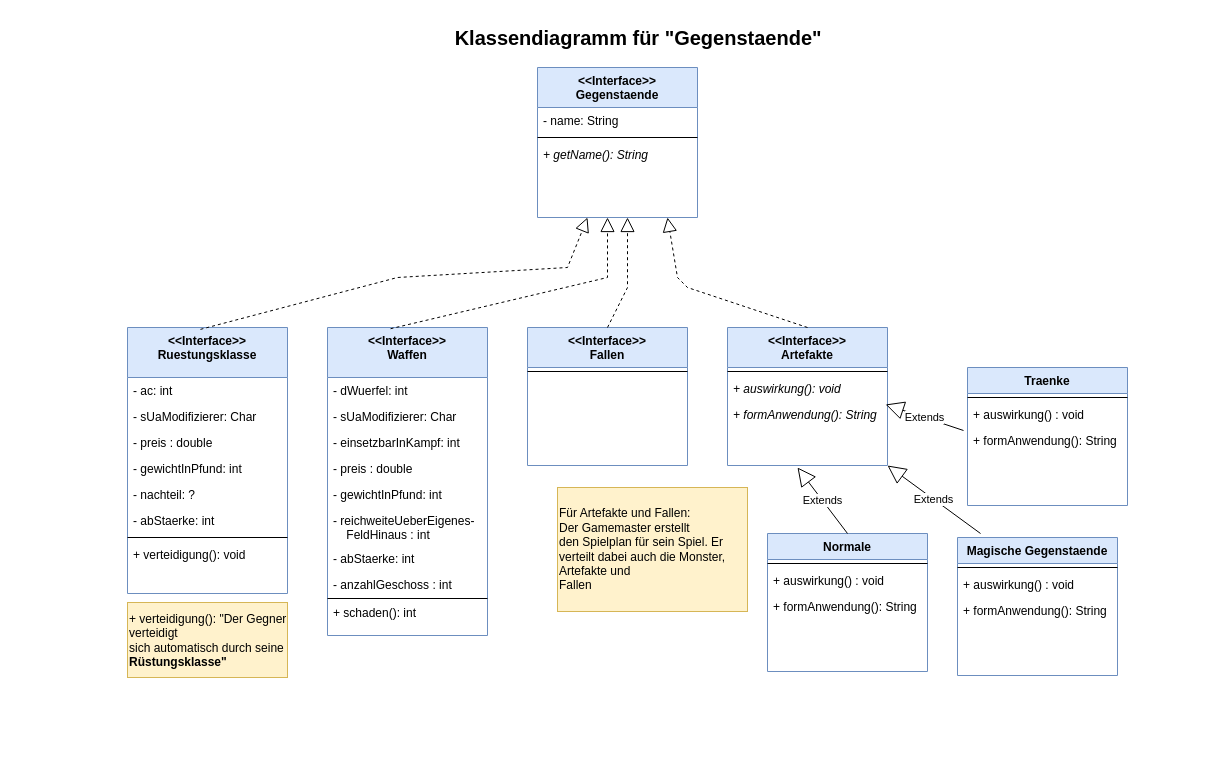
Earlier version of the draw.io diagram src/template/gegenstaende/gegenstaende.drawio (Nasanin-Parast/Rollenspiel). Source tidied: cells renumbered, new cells numbered last; positions are measured from the earlier drawing's top-left corner, leaving out a move shared by most shapes. Both pictures are drawn from the tidied source at 100%, with x=0, y=0 at pixel (127, 17).
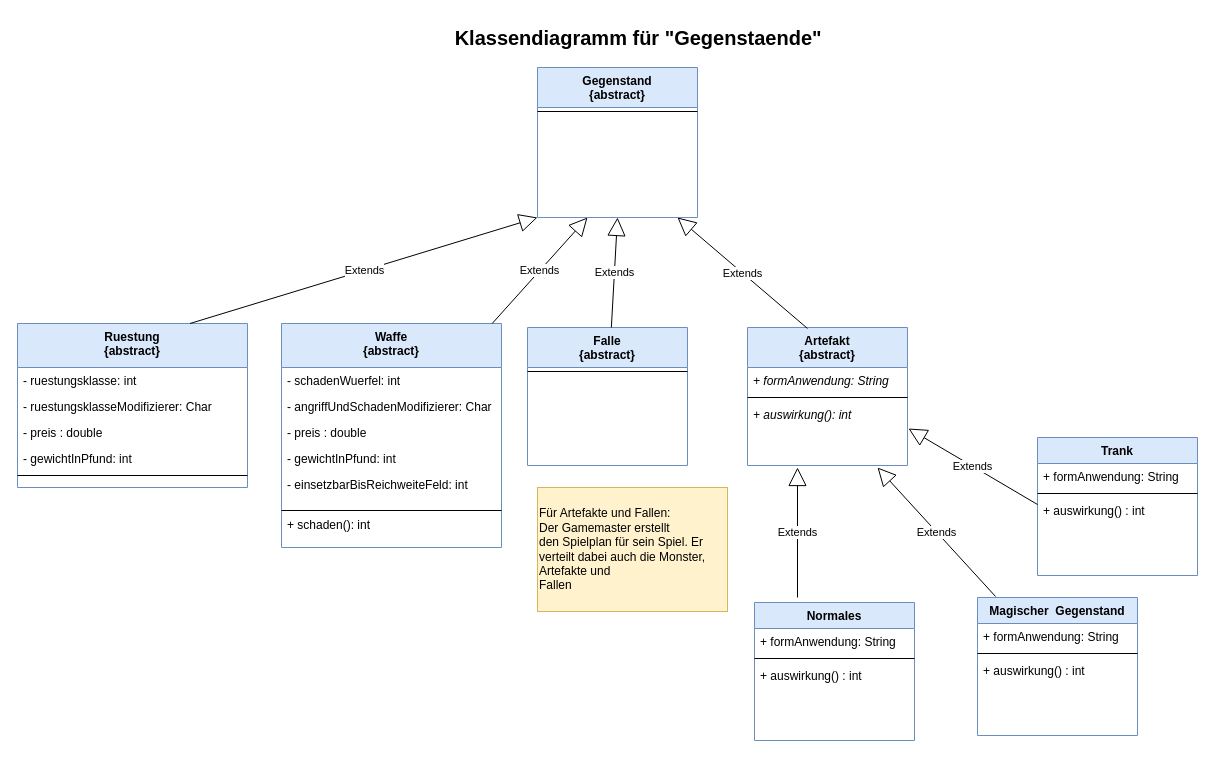
The same diagram, later.

Commit message:
Driagramm Gegenstände bearbeitet

Diff of the diagram source:
```diff
@@
-    <mxCell id="2" value="&lt;&lt;Interface&gt;&gt;&#10;Gegenstaende" style="swimlane;fontStyle=1;align=center;verticalAlign=top;horizontal=1;startSize=40;rounded=0;shadow=0;strokeWidth=1;fillColor=#dae8fc;strokeColor=#6c8ebf;" parent="1" vertex="1">
+    <mxCell id="2" value="Gegenstand&#10;{abstract}" style="swimlane;fontStyle=1;align=center;verticalAlign=top;horizontal=1;startSize=40;rounded=0;shadow=0;strokeWidth=1;fillColor=#dae8fc;strokeColor=#6c8ebf;" parent="1" vertex="1">
       <mxGeometry x="410" y="50" width="160" height="150" as="geometry" />
     </mxCell>
-    <mxCell id="3" value="- name: String" style="text;align=left;verticalAlign=top;spacingLeft=4;spacingRight=4;overflow=hidden;" parent="2" vertex="1">
-      <mxGeometry y="40" width="160" height="26" as="geometry" />
-    </mxCell>
     <mxCell id="4" style="line;html=1;strokeWidth=1;align=left;verticalAlign=middle;spacingTop=-1;spacingLeft=3;spacingRight=3;labelPosition=right;" parent="2" vertex="1">
-      <mxGeometry y="66" width="160" height="8" as="geometry" />
+      <mxGeometry y="40" width="160" height="8" as="geometry" />
     </mxCell>
-    <mxCell id="5" value="+ getName(): String" style="text;align=left;verticalAlign=top;spacingLeft=4;spacingRight=4;overflow=hidden;fontStyle=2;" parent="2" vertex="1">
-      <mxGeometry y="74" width="160" height="26" as="geometry" />
-    </mxCell>
-    <mxCell id="6" value="&lt;&lt;Interface&gt;&gt;&#10;Ruestungsklasse" style="swimlane;fontStyle=1;align=center;verticalAlign=top;horizontal=1;startSize=50;rounded=0;shadow=0;strokeWidth=1;fillColor=#dae8fc;strokeColor=#6c8ebf;" parent="1" vertex="1">
-      <mxGeometry y="310" width="160" height="266" as="geometry" />
+    <mxCell id="6" value="Ruestung&#10;{abstract}" style="swimlane;fontStyle=1;align=center;verticalAlign=top;horizontal=1;startSize=44;rounded=0;shadow=0;strokeWidth=1;fillColor=#dae8fc;strokeColor=#6c8ebf;" parent="1" vertex="1">
+      <mxGeometry x="-110" y="306" width="230" height="164" as="geometry" />
     </mxCell>
-    <mxCell id="7" value="- ac: int" style="text;align=left;verticalAlign=top;spacingLeft=4;spacingRight=4;overflow=hidden;" parent="6" vertex="1">
-      <mxGeometry y="50" width="160" height="26" as="geometry" />
+    <mxCell id="7" value="- ruestungsklasse: int" style="text;align=left;verticalAlign=top;spacingLeft=4;spacingRight=4;overflow=hidden;" parent="6" vertex="1">
+      <mxGeometry y="44" width="230" height="26" as="geometry" />
     </mxCell>
-    <mxCell id="8" value="- sUaModifizierer: Char" style="text;align=left;verticalAlign=top;spacingLeft=4;spacingRight=4;overflow=hidden;" parent="6" vertex="1">
-      <mxGeometry y="76" width="160" height="26" as="geometry" />
+    <mxCell id="8" value="- ruestungsklasseModifizierer: Char" style="text;align=left;verticalAlign=top;spacingLeft=4;spacingRight=4;overflow=hidden;" parent="6" vertex="1">
+      <mxGeometry y="70" width="230" height="26" as="geometry" />
     </mxCell>
     <mxCell id="9" value="- preis : double" style="text;align=left;verticalAlign=top;spacingLeft=4;spacingRight=4;overflow=hidden;" parent="6" vertex="1">
-      <mxGeometry y="102" width="160" height="26" as="geometry" />
+      <mxGeometry y="96" width="230" height="26" as="geometry" />
     </mxCell>
     <mxCell id="10" value="- gewichtInPfund: int" style="text;align=left;verticalAlign=top;spacingLeft=4;spacingRight=4;overflow=hidden;" parent="6" vertex="1">
-      <mxGeometry y="128" width="160" height="26" as="geometry" />
+      <mxGeometry y="122" width="230" height="26" as="geometry" />
     </mxCell>
-    <mxCell id="11" value="- nachteil: ?" style="text;align=left;verticalAlign=top;spacingLeft=4;spacingRight=4;overflow=hidden;" parent="6" vertex="1">
-      <mxGeometry y="154" width="160" height="26" as="geometry" />
-    </mxCell>
-    <mxCell id="12" value="- abStaerke: int" style="text;align=left;verticalAlign=top;spacingLeft=4;spacingRight=4;overflow=hidden;" parent="6" vertex="1">
-      <mxGeometry y="180" width="160" height="26" as="geometry" />
-    </mxCell>
     <mxCell id="13" style="line;html=1;strokeWidth=1;align=left;verticalAlign=middle;spacingTop=-1;spacingLeft=3;spacingRight=3;labelPosition=right;" parent="6" vertex="1">
-      <mxGeometry y="206" width="160" height="8" as="geometry" />
+      <mxGeometry y="148" width="230" height="8" as="geometry" />
     </mxCell>
-    <mxCell id="14" value="+ verteidigung(): void" style="text;align=left;verticalAlign=top;spacingLeft=4;spacingRight=4;overflow=hidden;fontStyle=0;" parent="6" vertex="1">
-      <mxGeometry y="214" width="160" height="26" as="geometry" />
-    </mxCell>
-    <mxCell id="15" value="&lt;&lt;Interface&gt;&gt;&#10;Waffen" style="swimlane;fontStyle=1;align=center;verticalAlign=top;horizontal=1;startSize=50;rounded=0;shadow=0;strokeWidth=1;fillColor=#dae8fc;strokeColor=#6c8ebf;" parent="1" vertex="1">
-      <mxGeometry x="200" y="310" width="160" height="308" as="geometry" />
+    <mxCell id="15" value="Waffe&#10;{abstract}" style="swimlane;fontStyle=1;align=center;verticalAlign=top;horizontal=1;startSize=44;rounded=0;shadow=0;strokeWidth=1;fillColor=#dae8fc;strokeColor=#6c8ebf;" parent="1" vertex="1">
+      <mxGeometry x="154" y="306" width="220" height="224" as="geometry" />
     </mxCell>
-    <mxCell id="16" value="- dWuerfel: int" style="text;align=left;verticalAlign=top;spacingLeft=4;spacingRight=4;overflow=hidden;" parent="15" vertex="1">
-      <mxGeometry y="50" width="160" height="26" as="geometry" />
+    <mxCell id="16" value="- schadenWuerfel: int" style="text;align=left;verticalAlign=top;spacingLeft=4;spacingRight=4;overflow=hidden;" parent="15" vertex="1">
+      <mxGeometry y="44" width="220" height="26" as="geometry" />
     </mxCell>
-    <mxCell id="17" value="- sUaModifizierer: Char" style="text;align=left;verticalAlign=top;spacingLeft=4;spacingRight=4;overflow=hidden;" parent="15" vertex="1">
-      <mxGeometry y="76" width="160" height="26" as="geometry" />
+    <mxCell id="17" value="- angriffUndSchadenModifizierer: Char" style="text;align=left;verticalAlign=top;spacingLeft=4;spacingRight=4;overflow=hidden;" parent="15" vertex="1">
+      <mxGeometry y="70" width="220" height="26" as="geometry" />
     </mxCell>
-    <mxCell id="18" value="- einsetzbarInKampf: int" style="text;align=left;verticalAlign=top;spacingLeft=4;spacingRight=4;overflow=hidden;" parent="15" vertex="1">
-      <mxGeometry y="102" width="160" height="26" as="geometry" />
-    </mxCell>
     <mxCell id="19" value="- preis : double" style="text;align=left;verticalAlign=top;spacingLeft=4;spacingRight=4;overflow=hidden;" parent="15" vertex="1">
-      <mxGeometry y="128" width="160" height="26" as="geometry" />
+      <mxGeometry y="96" width="220" height="26" as="geometry" />
     </mxCell>
     <mxCell id="20" value="- gewichtInPfund: int" style="text;align=left;verticalAlign=top;spacingLeft=4;spacingRight=4;overflow=hidden;" parent="15" vertex="1">
-      <mxGeometry y="154" width="160" height="26" as="geometry" />
+      <mxGeometry y="122" width="220" height="26" as="geometry" />
     </mxCell>
-    <mxCell id="21" value="- reichweiteUeberEigenes-&#10;    FeldHinaus : int" style="text;align=left;verticalAlign=top;spacingLeft=4;spacingRight=4;overflow=hidden;" parent="15" vertex="1">
-      <mxGeometry y="180" width="160" height="38" as="geometry" />
+    <mxCell id="21" value="- einsetzbarBisReichweiteFeld: int" style="text;align=left;verticalAlign=top;spacingLeft=4;spacingRight=4;overflow=hidden;" parent="15" vertex="1">
+      <mxGeometry y="148" width="220" height="38" as="geometry" />
     </mxCell>
-    <mxCell id="22" value="- abStaerke: int" style="text;align=left;verticalAlign=top;spacingLeft=4;spacingRight=4;overflow=hidden;" parent="15" vertex="1">
-      <mxGeometry y="218" width="160" height="26" as="geometry" />
-    </mxCell>
-    <mxCell id="23" value="- anzahlGeschoss : int" style="text;align=left;verticalAlign=top;spacingLeft=4;spacingRight=4;overflow=hidden;" parent="15" vertex="1">
-      <mxGeometry y="244" width="160" height="26" as="geometry" />
-    </mxCell>
     <mxCell id="24" style="line;html=1;strokeWidth=1;align=left;verticalAlign=middle;spacingTop=-1;spacingLeft=3;spacingRight=3;labelPosition=right;" parent="15" vertex="1">
-      <mxGeometry y="270" width="160" height="2" as="geometry" />
+      <mxGeometry y="186" width="220" height="2" as="geometry" />
     </mxCell>
     <mxCell id="25" value="+ schaden(): int" style="text;align=left;verticalAlign=top;spacingLeft=4;spacingRight=4;overflow=hidden;fontStyle=0;" parent="15" vertex="1">
-      <mxGeometry y="272" width="160" height="26" as="geometry" />
+      <mxGeometry y="188" width="220" height="26" as="geometry" />
     </mxCell>
-    <mxCell id="26" value="Magische Gegenstaende" style="swimlane;fontStyle=1;align=center;verticalAlign=top;horizontal=1;startSize=26;rounded=0;shadow=0;strokeWidth=1;fillColor=#dae8fc;strokeColor=#6c8ebf;" parent="1" vertex="1">
-      <mxGeometry x="830" y="520" width="160" height="138" as="geometry" />
+    <mxCell id="26" value="Magischer  Gegenstand" style="swimlane;fontStyle=1;align=center;verticalAlign=top;horizontal=1;startSize=26;rounded=0;shadow=0;strokeWidth=1;fillColor=#dae8fc;strokeColor=#6c8ebf;" parent="1" vertex="1">
+      <mxGeometry x="850" y="580" width="160" height="138" as="geometry" />
     </mxCell>
+    <mxCell id="29" value="+ formAnwendung: String" style="text;align=left;verticalAlign=top;spacingLeft=4;spacingRight=4;overflow=hidden;fontStyle=0;" parent="26" vertex="1">
+      <mxGeometry y="26" width="160" height="26" as="geometry" />
+    </mxCell>
     <mxCell id="27" style="line;html=1;strokeWidth=1;align=left;verticalAlign=middle;spacingTop=-1;spacingLeft=3;spacingRight=3;labelPosition=right;" parent="26" vertex="1">
-      <mxGeometry y="26" width="160" height="8" as="geometry" />
+      <mxGeometry y="52" width="160" height="8" as="geometry" />
     </mxCell>
-    <mxCell id="28" value="+ auswirkung() : void" style="text;align=left;verticalAlign=top;spacingLeft=4;spacingRight=4;overflow=hidden;" parent="26" vertex="1">
-      <mxGeometry y="34" width="160" height="26" as="geometry" />
+    <mxCell id="28" value="+ auswirkung() : int" style="text;align=left;verticalAlign=top;spacingLeft=4;spacingRight=4;overflow=hidden;" parent="26" vertex="1">
+      <mxGeometry y="60" width="160" height="26" as="geometry" />
     </mxCell>
-    <mxCell id="29" value="+ formAnwendung(): String" style="text;align=left;verticalAlign=top;spacingLeft=4;spacingRight=4;overflow=hidden;fontStyle=0;" parent="26" vertex="1">
-      <mxGeometry y="60" width="160" height="26" as="geometry" />
-    </mxCell>
-    <mxCell id="30" value="&lt;&lt;Interface&gt;&gt;&#10;Fallen" style="swimlane;fontStyle=1;align=center;verticalAlign=top;horizontal=1;startSize=40;rounded=0;shadow=0;strokeWidth=1;fillColor=#dae8fc;strokeColor=#6c8ebf;" parent="1" vertex="1">
+    <mxCell id="30" value="Falle&#10;{abstract}" style="swimlane;fontStyle=1;align=center;verticalAlign=top;horizontal=1;startSize=40;rounded=0;shadow=0;strokeWidth=1;fillColor=#dae8fc;strokeColor=#6c8ebf;" parent="1" vertex="1">
       <mxGeometry x="400" y="310" width="160" height="138" as="geometry" />
     </mxCell>
@@
-    <mxCell id="32" value="Traenke" style="swimlane;fontStyle=1;align=center;verticalAlign=top;horizontal=1;startSize=26;rounded=0;shadow=0;strokeWidth=1;fillColor=#dae8fc;strokeColor=#6c8ebf;" parent="1" vertex="1">
-      <mxGeometry x="840" y="350" width="160" height="138" as="geometry" />
+    <mxCell id="32" value="Trank" style="swimlane;fontStyle=1;align=center;verticalAlign=top;horizontal=1;startSize=26;rounded=0;shadow=0;strokeWidth=1;fillColor=#dae8fc;strokeColor=#6c8ebf;" parent="1" vertex="1">
+      <mxGeometry x="910" y="420" width="160" height="138" as="geometry" />
     </mxCell>
+    <mxCell id="35" value="+ formAnwendung: String" style="text;align=left;verticalAlign=top;spacingLeft=4;spacingRight=4;overflow=hidden;fontStyle=0;" parent="32" vertex="1">
+      <mxGeometry y="26" width="160" height="26" as="geometry" />
+    </mxCell>
     <mxCell id="33" style="line;html=1;strokeWidth=1;align=left;verticalAlign=middle;spacingTop=-1;spacingLeft=3;spacingRight=3;labelPosition=right;" parent="32" vertex="1">
-      <mxGeometry y="26" width="160" height="8" as="geometry" />
+      <mxGeometry y="52" width="160" height="8" as="geometry" />
     </mxCell>
-    <mxCell id="34" value="+ auswirkung() : void" style="text;align=left;verticalAlign=top;spacingLeft=4;spacingRight=4;overflow=hidden;points=[[0,0.5],[1,0.5]];portConstraint=eastwest;" parent="32" vertex="1">
-      <mxGeometry y="34" width="160" height="26" as="geometry" />
+    <mxCell id="34" value="+ auswirkung() : int" style="text;align=left;verticalAlign=top;spacingLeft=4;spacingRight=4;overflow=hidden;points=[[0,0.5],[1,0.5]];portConstraint=eastwest;" parent="32" vertex="1">
+      <mxGeometry y="60" width="160" height="26" as="geometry" />
     </mxCell>
-    <mxCell id="35" value="+ formAnwendung(): String" style="text;align=left;verticalAlign=top;spacingLeft=4;spacingRight=4;overflow=hidden;fontStyle=0;" parent="32" vertex="1">
-      <mxGeometry y="60" width="160" height="26" as="geometry" />
-    </mxCell>
-    <mxCell id="36" value="&lt;&lt;Interface&gt;&gt;&#10;Artefakte" style="swimlane;fontStyle=1;align=center;verticalAlign=top;horizontal=1;startSize=40;rounded=0;shadow=0;strokeWidth=1;fillColor=#dae8fc;strokeColor=#6c8ebf;" parent="1" vertex="1">
-      <mxGeometry x="600" y="310" width="160" height="138" as="geometry" />
+    <mxCell id="36" value="Artefakt&#10;{abstract}" style="swimlane;fontStyle=1;align=center;verticalAlign=top;horizontal=1;startSize=40;rounded=0;shadow=0;strokeWidth=1;fillColor=#dae8fc;strokeColor=#6c8ebf;" parent="1" vertex="1">
+      <mxGeometry x="620" y="310" width="160" height="138" as="geometry" />
     </mxCell>
+    <mxCell id="39" value="+ formAnwendung: String" style="text;align=left;verticalAlign=top;spacingLeft=4;spacingRight=4;overflow=hidden;fontStyle=2;" parent="36" vertex="1">
+      <mxGeometry y="40" width="160" height="26" as="geometry" />
+    </mxCell>
     <mxCell id="37" style="line;html=1;strokeWidth=1;align=left;verticalAlign=middle;spacingTop=-1;spacingLeft=3;spacingRight=3;labelPosition=right;" parent="36" vertex="1">
-      <mxGeometry y="40" width="160" height="8" as="geometry" />
+      <mxGeometry y="66" width="160" height="8" as="geometry" />
     </mxCell>
-    <mxCell id="38" value="+ auswirkung(): void" style="text;align=left;verticalAlign=top;spacingLeft=4;spacingRight=4;overflow=hidden;points=[[0,0.5],[1,0.5]];portConstraint=eastwest;fontStyle=2;" parent="36" vertex="1">
-      <mxGeometry y="48" width="160" height="26" as="geometry" />
+    <mxCell id="38" value="+ auswirkung(): int" style="text;align=left;verticalAlign=top;spacingLeft=4;spacingRight=4;overflow=hidden;points=[[0,0.5],[1,0.5]];portConstraint=eastwest;fontStyle=2;" parent="36" vertex="1">
+      <mxGeometry y="74" width="160" height="26" as="geometry" />
     </mxCell>
-    <mxCell id="39" value="+ formAnwendung(): String" style="text;align=left;verticalAlign=top;spacingLeft=4;spacingRight=4;overflow=hidden;fontStyle=2;" parent="36" vertex="1">
-      <mxGeometry y="74" width="160" height="26" as="geometry" />
-    </mxCell>
-    <mxCell id="40" style="endArrow=block;dashed=1;endFill=0;endSize=12;html=1;rounded=0;exitX=0.456;exitY=0.007;exitDx=0;exitDy=0;exitPerimeter=0;" parent="1" edge="1" source="6">
-      <mxGeometry relative="1" as="geometry">
-        <mxPoint x="460" y="200" as="targetPoint" />
-        <Array as="points">
-          <mxPoint x="270" y="260" />
-          <mxPoint x="440" y="250" />
-        </Array>
-      </mxGeometry>
-    </mxCell>
-    <mxCell id="41" style="endArrow=block;dashed=1;endFill=0;endSize=12;html=1;rounded=0;exitX=0.394;exitY=0.004;exitDx=0;exitDy=0;exitPerimeter=0;" parent="1" edge="1" source="15">
-      <mxGeometry relative="1" as="geometry">
-        <mxPoint x="480" y="200" as="targetPoint" />
-        <Array as="points">
-          <mxPoint x="480" y="260" />
-        </Array>
-      </mxGeometry>
-    </mxCell>
-    <mxCell id="42" style="endArrow=block;dashed=1;endFill=0;endSize=12;html=1;rounded=0;exitX=0.5;exitY=0;exitDx=0;exitDy=0;" parent="1" edge="1" source="30">
-      <mxGeometry relative="1" as="geometry">
-        <mxPoint x="500" y="200" as="targetPoint" />
-        <Array as="points">
-          <mxPoint x="500" y="270" />
-          <mxPoint x="500" y="260" />
-        </Array>
-      </mxGeometry>
-    </mxCell>
-    <mxCell id="43" style="endArrow=block;dashed=1;endFill=0;endSize=12;html=1;rounded=0;exitX=0.5;exitY=0;exitDx=0;exitDy=0;" parent="1" edge="1" source="36">
-      <mxGeometry relative="1" as="geometry">
-        <mxPoint x="540" y="200" as="targetPoint" />
-        <Array as="points">
-          <mxPoint x="560" y="270" />
-          <mxPoint x="550" y="260" />
-        </Array>
-      </mxGeometry>
-    </mxCell>
@@
-    <mxCell id="45" value="Normale" style="swimlane;fontStyle=1;align=center;verticalAlign=top;horizontal=1;startSize=26;rounded=0;shadow=0;strokeWidth=1;fillColor=#dae8fc;strokeColor=#6c8ebf;" parent="1" vertex="1">
-      <mxGeometry x="640" y="516" width="160" height="138" as="geometry" />
+    <mxCell id="45" value="Normales" style="swimlane;fontStyle=1;align=center;verticalAlign=top;horizontal=1;startSize=26;rounded=0;shadow=0;strokeWidth=1;fillColor=#dae8fc;strokeColor=#6c8ebf;" parent="1" vertex="1">
+      <mxGeometry x="627" y="585" width="160" height="138" as="geometry" />
     </mxCell>
+    <mxCell id="48" value="+ formAnwendung: String" style="text;align=left;verticalAlign=top;spacingLeft=4;spacingRight=4;overflow=hidden;fontStyle=0;" parent="45" vertex="1">
+      <mxGeometry y="26" width="160" height="26" as="geometry" />
+    </mxCell>
     <mxCell id="46" style="line;html=1;strokeWidth=1;align=left;verticalAlign=middle;spacingTop=-1;spacingLeft=3;spacingRight=3;labelPosition=right;" parent="45" vertex="1">
-      <mxGeometry y="26" width="160" height="8" as="geometry" />
+      <mxGeometry y="52" width="160" height="8" as="geometry" />
     </mxCell>
-    <mxCell id="47" value="+ auswirkung() : void" style="text;align=left;verticalAlign=top;spacingLeft=4;spacingRight=4;overflow=hidden;" parent="45" vertex="1">
-      <mxGeometry y="34" width="160" height="26" as="geometry" />
+    <mxCell id="47" value="+ auswirkung() : int" style="text;align=left;verticalAlign=top;spacingLeft=4;spacingRight=4;overflow=hidden;" parent="45" vertex="1">
+      <mxGeometry y="60" width="160" height="26" as="geometry" />
     </mxCell>
-    <mxCell id="48" value="+ formAnwendung(): String" style="text;align=left;verticalAlign=top;spacingLeft=4;spacingRight=4;overflow=hidden;fontStyle=0;" parent="45" vertex="1">
-      <mxGeometry y="60" width="160" height="26" as="geometry" />
-    </mxCell>
-    <mxCell id="49" value="Extends" style="endArrow=block;endSize=16;endFill=0;html=1;rounded=0;exitX=0.5;exitY=0;exitDx=0;exitDy=0;" parent="1" edge="1" source="45">
-      <mxGeometry relative="1" as="geometry">
-        <mxPoint x="670" y="450" as="targetPoint" />
-      </mxGeometry>
+    <mxCell id="49" value="Extends" style="endArrow=block;endSize=16;endFill=0;html=1;rounded=0;entryX=0.5;entryY=1;entryDx=0;entryDy=0;" parent="1" edge="1" source="30" target="2">
+      <mxGeometry relative="1" as="geometry" />
     </mxCell>
+    <mxCell id="53" value="Für Artefakte und Fallen:&lt;br&gt;Der Gamemaster erstellt&lt;br&gt;den Spielplan für sein Spiel. Er verteilt dabei auch die Monster, Artefakte und&lt;br&gt;Fallen" style="text;html=1;strokeColor=#d6b656;fillColor=#fff2cc;align=left;verticalAlign=middle;whiteSpace=wrap;rounded=0;" parent="1" vertex="1">
+      <mxGeometry x="410" y="470" width="190" height="124" as="geometry" />
+    </mxCell>
+    <mxCell id="54" value="Extends" style="endArrow=block;endSize=16;endFill=0;html=1;rounded=0;exitX=0.75;exitY=0;exitDx=0;exitDy=0;entryX=0;entryY=1;entryDx=0;entryDy=0;" parent="1" edge="1" source="6" target="2">
+      <mxGeometry relative="1" as="geometry" />
+    </mxCell>
+    <mxCell id="55" value="Extends" style="endArrow=block;endSize=16;endFill=0;html=1;rounded=0;" parent="1" edge="1" source="15">
+      <mxGeometry relative="1" as="geometry">
+        <mxPoint x="460" y="200" as="targetPoint" />
+      </mxGeometry>
+    </mxCell>
+    <mxCell id="56" value="Extends" style="endArrow=block;endSize=16;endFill=0;html=1;rounded=0;exitX=0.375;exitY=0.007;exitDx=0;exitDy=0;exitPerimeter=0;" parent="1" edge="1" source="36">
+      <mxGeometry relative="1" as="geometry">
+        <mxPoint x="550" y="200" as="targetPoint" />
+      </mxGeometry>
+    </mxCell>
-    <mxCell id="50" value="Extends" style="endArrow=block;endSize=16;endFill=0;html=1;rounded=0;exitX=-0.025;exitY=1.115;exitDx=0;exitDy=0;entryX=0.988;entryY=1.115;entryDx=0;entryDy=0;entryPerimeter=0;exitPerimeter=0;" parent="1" edge="1" source="34" target="38">
+    <mxCell id="50" value="Extends" style="endArrow=block;endSize=16;endFill=0;html=1;rounded=0;exitX=0;exitY=0.269;exitDx=0;exitDy=0;exitPerimeter=0;entryX=1.006;entryY=1.038;entryDx=0;entryDy=0;entryPerimeter=0;" parent="1" edge="1" source="34" target="38">
       <mxGeometry relative="1" as="geometry" />
     </mxCell>
-    <mxCell id="51" value="Extends" style="endArrow=block;endSize=16;endFill=0;html=1;rounded=0;exitX=0.144;exitY=-0.029;exitDx=0;exitDy=0;entryX=1;entryY=1;entryDx=0;entryDy=0;exitPerimeter=0;" parent="1" edge="1" source="26" target="36">
-      <mxGeometry relative="1" as="geometry" />
-    </mxCell>
-    <mxCell id="52" value="+ verteidigung(): &quot;Der Gegner verteidigt&lt;br&gt;sich automatisch durch seine &lt;b&gt;Rüstungsklasse&quot;&lt;/b&gt;" style="text;html=1;strokeColor=#d6b656;fillColor=#fff2cc;align=left;verticalAlign=middle;whiteSpace=wrap;rounded=0;" parent="1" vertex="1">
-      <mxGeometry y="585" width="160" height="75" as="geometry" />
-    </mxCell>
-    <mxCell id="53" value="Für Artefakte und Fallen:&lt;br&gt;Der Gamemaster erstellt&lt;br&gt;den Spielplan für sein Spiel. Er verteilt dabei auch die Monster, Artefakte und&lt;br&gt;Fallen" style="text;html=1;strokeColor=#d6b656;fillColor=#fff2cc;align=left;verticalAlign=middle;whiteSpace=wrap;rounded=0;" parent="1" vertex="1">
-      <mxGeometry x="430" y="470" width="190" height="124" as="geometry" />
-    </mxCell>
+    <mxCell id="57" value="Extends" style="endArrow=block;endSize=16;endFill=0;html=1;rounded=0;exitX=0.113;exitY=-0.007;exitDx=0;exitDy=0;exitPerimeter=0;" parent="1" edge="1" source="26">
+      <mxGeometry relative="1" as="geometry">
+        <mxPoint x="750" y="450" as="targetPoint" />
+      </mxGeometry>
+    </mxCell>
+    <mxCell id="58" value="Extends" style="endArrow=block;endSize=16;endFill=0;html=1;rounded=0;" parent="1" edge="1">
+      <mxGeometry relative="1" as="geometry">
+        <mxPoint x="670" y="580" as="sourcePoint" />
+        <mxPoint x="670" y="450" as="targetPoint" />
+      </mxGeometry>
+    </mxCell>
```
